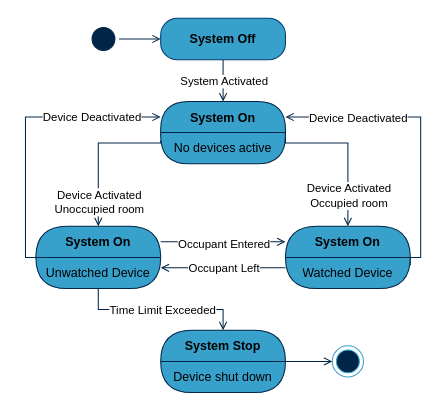
This is Reports/Diagrams/State Diagram.drawio from TKEglin/CTP2, a draw.io file, before an edit. Source tidied: cells renumbered, new cells numbered last; positions are measured from the earlier drawing's top-left corner, leaving out a move shared by most shapes. Both pictures are drawn from the tidied source at 104%, with x=0, y=0 at pixel (25, 18).
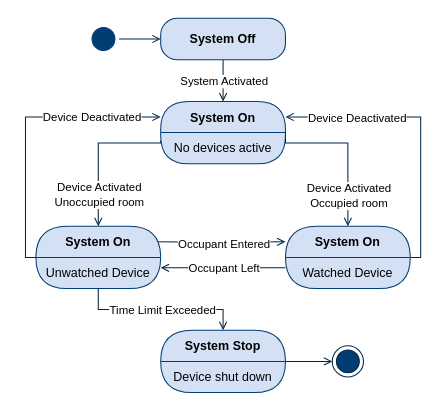
The same page after the edit.

Unchanged cells that the change refers to:
```xml
<mxCell id="13" value="Watched Device" style="text;html=1;strokeColor=none;fillColor=none;align=center;verticalAlign=middle;spacingLeft=4;spacingRight=4;whiteSpace=wrap;overflow=hidden;fontColor=#000000;" parent="12" vertex="1">
  <mxGeometry y="30" width="120" height="30" as="geometry" />
</mxCell>
<mxCell id="16" style="edgeStyle=orthogonalEdgeStyle;rounded=0;jettySize=auto;html=1;exitX=0;exitY=0.25;exitDx=0;exitDy=0;entryX=0.5;entryY=0;entryDx=0;entryDy=0;endArrow=open;endFill=0;endSize=6;strokeColor=#002546;" parent="1" edge="1" source="6" target="8">
  <mxGeometry relative="1" as="geometry">
    <Array as="points">
      <mxPoint x="130" y="120" />
      <mxPoint x="70" y="120" />
    </Array>
  </mxGeometry>
</mxCell>
```

Diff of the diagram source:
```diff
@@
-    <mxCell id="4" value="&lt;b&gt;System Off&lt;/b&gt;" style="rounded=1;whiteSpace=wrap;html=1;arcSize=40;fontColor=#000000;fillColor=#37a0cb;strokeColor=#003D73;" parent="1" vertex="1">
+    <mxCell id="4" value="&lt;b&gt;System Off&lt;/b&gt;" style="rounded=1;whiteSpace=wrap;html=1;arcSize=40;fontColor=#000000;fillColor=#D4E1F5;strokeColor=#003d73;" parent="1" vertex="1">
       <mxGeometry x="130" width="120" height="40" as="geometry" />
     </mxCell>
-    <mxCell id="5" value="System On" style="swimlane;fontStyle=1;align=center;verticalAlign=middle;horizontal=1;startSize=30;fontColor=#000000;rounded=1;arcSize=30;strokeColor=#002546;fillColor=#37A0CB;swimlaneFillColor=#37A0CB;" parent="1" vertex="1">
+    <mxCell id="5" value="System On" style="swimlane;fontStyle=1;align=center;verticalAlign=middle;horizontal=1;startSize=30;fontColor=#000000;rounded=1;arcSize=30;strokeColor=#003d73;fillColor=#D4E1F5;swimlaneFillColor=#D4E1F5;" parent="1" vertex="1">
       <mxGeometry x="130" y="80" width="120" height="60" as="geometry" />
     </mxCell>
@@
-    <mxCell id="7" style="edgeStyle=orthogonalEdgeStyle;rounded=0;jettySize=auto;html=1;exitX=1;exitY=0.25;exitDx=0;exitDy=0;entryX=0;entryY=0.25;entryDx=0;entryDy=0;endArrow=open;endFill=0;endSize=6;strokeColor=#002546;" parent="1" edge="1" source="8" target="12">
-      <mxGeometry relative="1" as="geometry" />
+    <mxCell id="7" style="edgeStyle=orthogonalEdgeStyle;rounded=0;jettySize=auto;html=1;entryX=0;entryY=0.25;entryDx=0;entryDy=0;endArrow=open;endFill=0;endSize=6;strokeColor=#002546;" parent="1" edge="1" target="12">
+      <mxGeometry relative="1" as="geometry">
+        <mxPoint x="120" y="215" as="sourcePoint" />
+      </mxGeometry>
     </mxCell>
-    <mxCell id="8" value="System On" style="swimlane;fontStyle=1;align=center;verticalAlign=middle;horizontal=1;startSize=30;fontColor=#000000;rounded=1;arcSize=39;strokeColor=#002546;fillColor=#37A0CB;swimlaneFillColor=#37A0CB;" parent="1" vertex="1">
+    <mxCell id="8" value="System On" style="swimlane;fontStyle=1;align=center;verticalAlign=middle;horizontal=1;startSize=30;fontColor=#000000;rounded=1;arcSize=39;strokeColor=#003d73;fillColor=#D4E1F5;swimlaneFillColor=#D4E1F5;" parent="1" vertex="1">
       <mxGeometry x="10" y="200" width="120" height="60" as="geometry" />
     </mxCell>
@@
-    <mxCell id="10" style="edgeStyle=orthogonalEdgeStyle;rounded=0;jettySize=auto;html=1;exitX=1;exitY=0.25;exitDx=0;exitDy=0;entryX=1;entryY=0.25;entryDx=0;entryDy=0;endArrow=open;endFill=0;endSize=6;strokeColor=#002546;" parent="1" edge="1" source="13" target="5">
+    <mxCell id="10" style="edgeStyle=orthogonalEdgeStyle;rounded=0;jettySize=auto;html=1;exitX=1;exitY=0;exitDx=0;exitDy=0;entryX=1;entryY=0.25;entryDx=0;entryDy=0;endArrow=open;endFill=0;endSize=6;strokeColor=#002546;" parent="1" edge="1" source="13" target="5">
       <mxGeometry relative="1" as="geometry">
         <Array as="points">
-          <mxPoint x="370" y="230" />
           <mxPoint x="380" y="230" />
           <mxPoint x="380" y="95" />
         </Array>
       </mxGeometry>
     </mxCell>
@@
-    <mxCell id="12" value="System On" style="swimlane;fontStyle=1;align=center;verticalAlign=middle;horizontal=1;startSize=30;fontColor=#000000;rounded=1;arcSize=39;strokeColor=#002546;fillColor=#37A0CB;swimlaneFillColor=#37A0CB;" parent="1" vertex="1">
+    <mxCell id="12" value="System On" style="swimlane;fontStyle=1;align=center;verticalAlign=middle;horizontal=1;startSize=30;fontColor=#000000;rounded=1;arcSize=39;strokeColor=#003d73;fillColor=#D4E1F5;swimlaneFillColor=#D4E1F5;" parent="1" vertex="1">
       <mxGeometry x="250" y="200" width="120" height="60" as="geometry" />
     </mxCell>
@@
-    <mxCell id="14" value="System Stop" style="swimlane;fontStyle=1;align=center;verticalAlign=middle;horizontal=1;startSize=30;fontColor=#000000;rounded=1;arcSize=39;strokeColor=#002546;fillColor=#37A0CB;swimlaneFillColor=#37A0CB;" parent="1" vertex="1">
+    <mxCell id="14" value="System Stop" style="swimlane;fontStyle=1;align=center;verticalAlign=middle;horizontal=1;startSize=30;fontColor=#000000;rounded=1;arcSize=39;strokeColor=#003d73;fillColor=#D4E1F5;swimlaneFillColor=#D4E1F5;" parent="1" vertex="1">
       <mxGeometry x="130" y="300" width="120" height="60" as="geometry" />
     </mxCell>
@@
     <mxCell id="17" value="Device Activated&lt;br&gt;Unoccupied room" style="edgeLabel;html=1;align=center;verticalAlign=middle;" parent="16" vertex="1">
       <mxGeometry x="0.1" y="-1" relative="1" as="geometry">
-        <mxPoint x="1" y="41" as="offset" />
+        <mxPoint x="1" y="34" as="offset" />
       </mxGeometry>
     </mxCell>
@@
-    <mxCell id="27" style="ellipse;html=1;shape=startState;fillColor=#002546;strokeColor=#002546;" parent="1" vertex="1">
+    <mxCell id="27" style="ellipse;html=1;shape=startState;fillColor=#003d73;strokeColor=#003d73;" parent="1" vertex="1">
       <mxGeometry x="60" y="5" width="30" height="30" as="geometry" />
     </mxCell>
-    <mxCell id="28" style="ellipse;html=1;shape=endState;fillColor=#002546;strokeColor=#37A0CB;" parent="1" vertex="1">
+    <mxCell id="28" style="ellipse;html=1;shape=endState;fillColor=#003D73;strokeColor=#002546;" parent="1" vertex="1">
       <mxGeometry x="295" y="315" width="30" height="30" as="geometry" />
     </mxCell>
```
